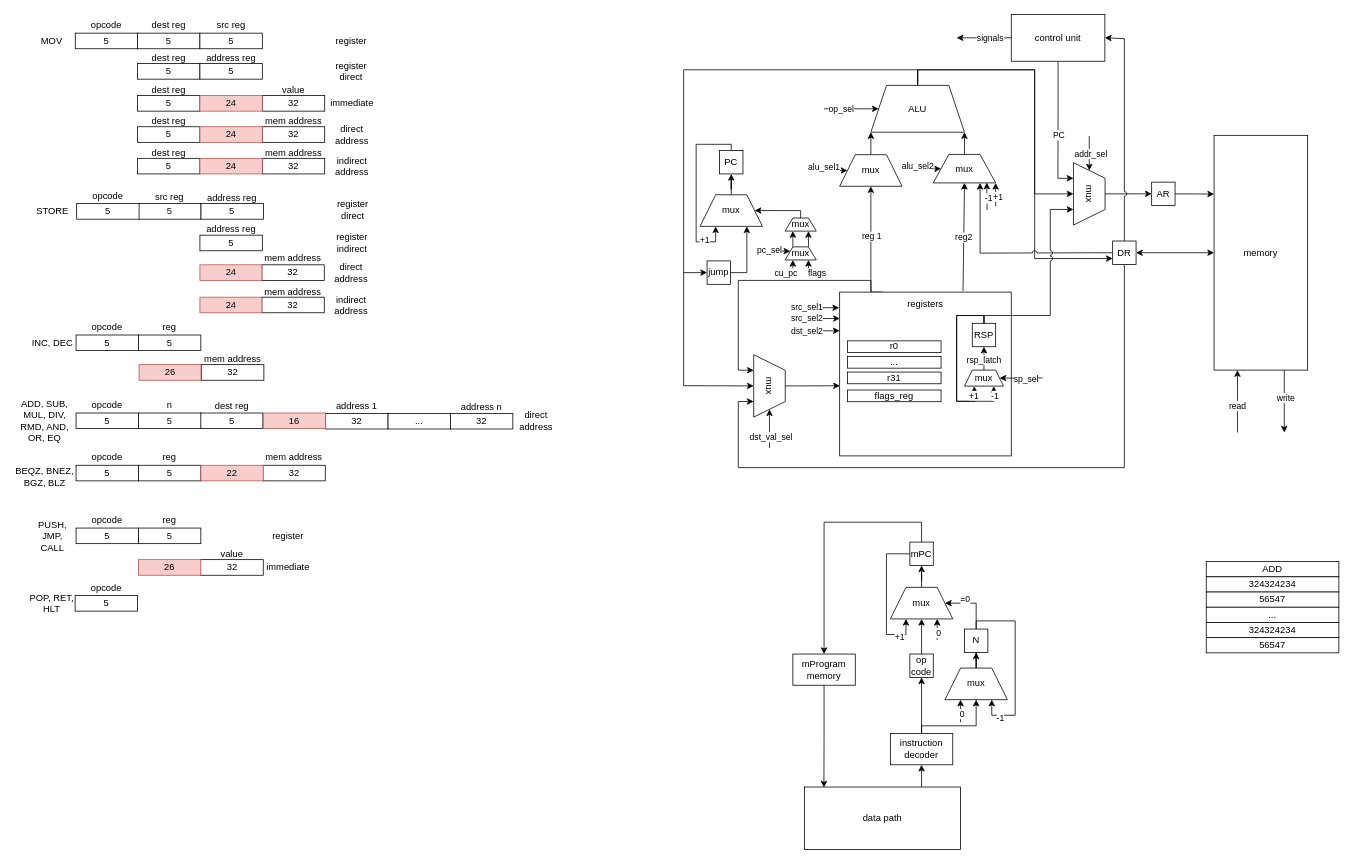
Earlier version of the draw.io diagram resources/csa_lab4.drawio (vanya9090/csa_lab4). Source tidied: cells renumbered, new cells numbered last; positions are measured from the earlier drawing's top-left corner, leaving out a move shared by most shapes. Both pictures are drawn from the tidied source at 78%, with x=0, y=0 at pixel (13, 13).
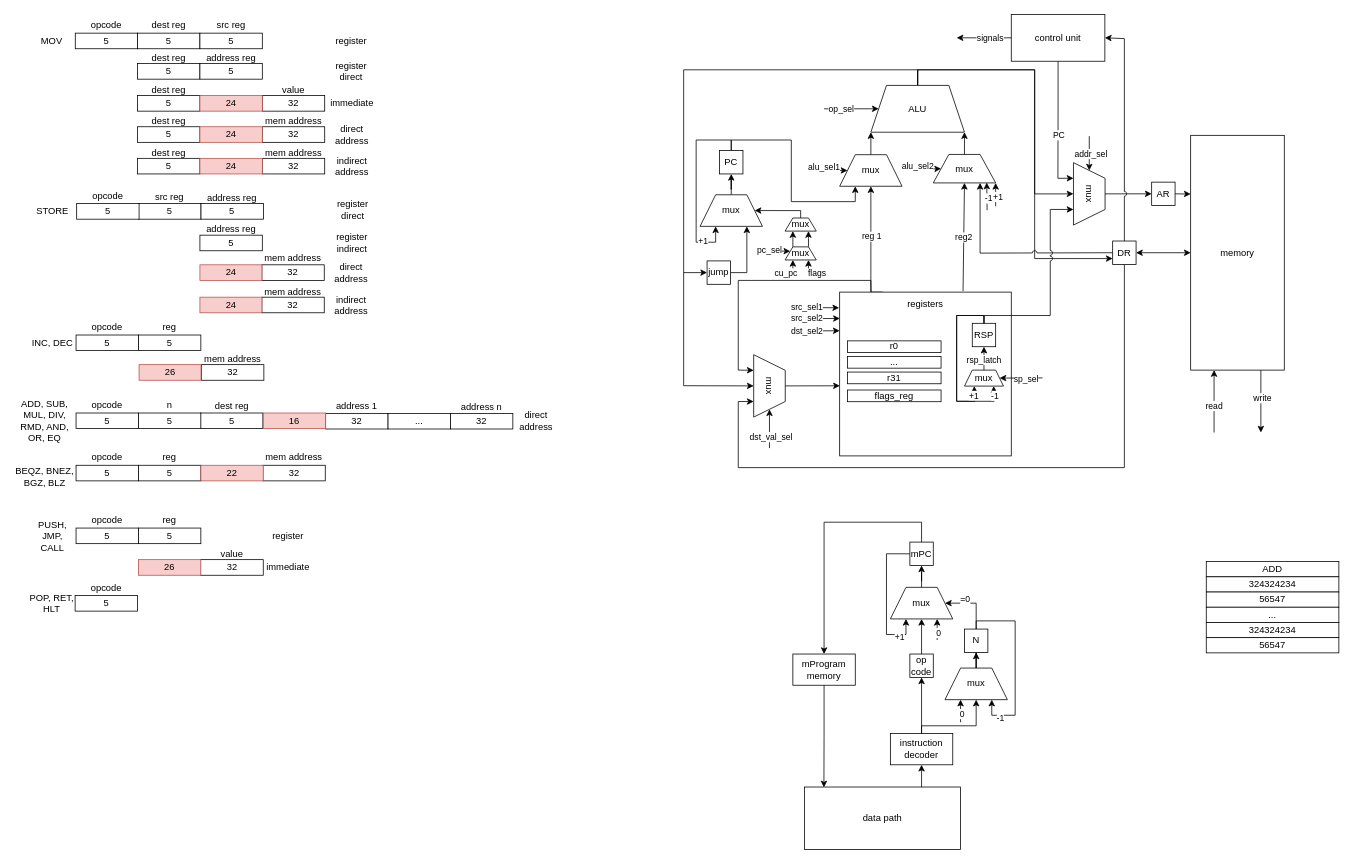
After the change.

Unchanged cells that the change refers to:
```xml
<mxCell id="51" value="mux" style="shape=trapezoid;perimeter=trapezoidPerimeter;whiteSpace=wrap;html=1;fixedSize=1;" parent="1" vertex="1">
  <mxGeometry x="1059" y="180.8" width="80" height="40.5" as="geometry" />
</mxCell>
<mxCell id="199" value="PC" style="rounded=0;whiteSpace=wrap;html=1;" parent="1" vertex="1">
  <mxGeometry x="905" y="175.5" width="30" height="30" as="geometry" />
</mxCell>
<mxCell id="201" value="mux" style="shape=trapezoid;perimeter=trapezoidPerimeter;whiteSpace=wrap;html=1;fixedSize=1;rotation=0;" parent="1" vertex="1">
  <mxGeometry x="880" y="232.2" width="80" height="40.5" as="geometry" />
</mxCell>
```

Diff of the diagram source:
```diff
@@
     <mxCell id="44" value="memory" style="rounded=0;whiteSpace=wrap;html=1;" parent="1" vertex="1">
-      <mxGeometry x="1539" y="156" width="120" height="301" as="geometry" />
+      <mxGeometry x="1509" y="156" width="120" height="301" as="geometry" />
     </mxCell>
@@
     <mxCell id="97" style="endArrow=classic;html=1;rounded=0;entryX=0.25;entryY=1;entryDx=0;entryDy=0;" parent="1" edge="1" target="44">
       <mxGeometry relative="1" as="geometry">
-        <mxPoint x="1569" y="537" as="sourcePoint" />
+        <mxPoint x="1539" y="537" as="sourcePoint" />
       </mxGeometry>
     </mxCell>
@@
     <mxCell id="99" style="endArrow=classic;html=1;rounded=0;exitX=0.75;exitY=1;exitDx=0;exitDy=0;" parent="1" edge="1" source="44">
       <mxGeometry relative="1" as="geometry">
-        <mxPoint x="1629" y="537" as="targetPoint" />
+        <mxPoint x="1599" y="537" as="targetPoint" />
       </mxGeometry>
     </mxCell>
@@
     <mxCell id="197" style="edgeStyle=orthogonalEdgeStyle;rounded=0;jettySize=auto;html=1;entryX=0.25;entryY=1;entryDx=0;entryDy=0;" parent="1" edge="1" source="199" target="201">
       <mxGeometry relative="1" as="geometry">
         <Array as="points">
-          <mxPoint x="920" y="167.5" />
-          <mxPoint x="875" y="167.5" />
-          <mxPoint x="875" y="292.5" />
-          <mxPoint x="900" y="292.5" />
+          <mxPoint x="920" y="162" />
+          <mxPoint x="875" y="162" />
+          <mxPoint x="875" y="293" />
+          <mxPoint x="900" y="293" />
         </Array>
       </mxGeometry>
     </mxCell>
@@
+    <mxCell id="217" style="edgeStyle=orthogonalEdgeStyle;rounded=0;jettySize=auto;html=1;entryX=0.25;entryY=1;entryDx=0;entryDy=0;" parent="1" edge="1" source="199" target="51">
+      <mxGeometry relative="1" as="geometry">
+        <Array as="points">
+          <mxPoint x="920" y="162" />
+          <mxPoint x="997" y="162" />
+          <mxPoint x="997" y="241" />
+          <mxPoint x="1079" y="241" />
+        </Array>
+      </mxGeometry>
+    </mxCell>
```
